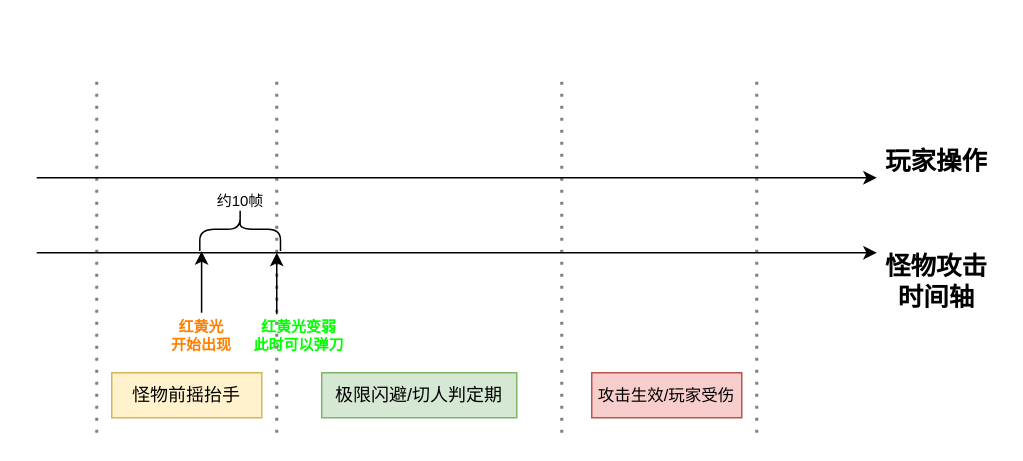
Before: zzz攻击.drawio in pearhield/test, a draw.io diagram. Source tidied: cells renumbered, new cells numbered last; positions are measured from the earlier drawing's top-left corner, leaving out a move shared by most shapes. Both pictures are drawn from the tidied source at 150%, with x=0, y=0 at pixel (36, 72).
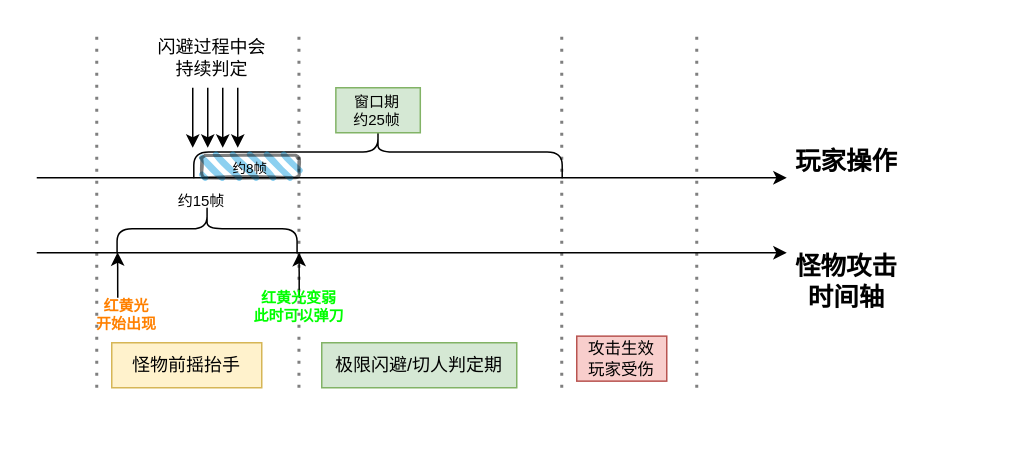
After the change.

What changed in the source:
```diff
@@
     <mxCell id="2" style="endArrow=classic;html=1;rounded=0;" parent="1" edge="1">
       <mxGeometry relative="1" as="geometry">
         <mxPoint y="120" as="sourcePoint" />
-        <mxPoint x="560" y="120" as="targetPoint" />
+        <mxPoint x="500" y="120" as="targetPoint" />
       </mxGeometry>
     </mxCell>
     <mxCell id="3" style="endArrow=none;dashed=1;html=1;dashPattern=1 3;strokeWidth=2;rounded=0;opacity=50;" parent="1" edge="1">
       <mxGeometry relative="1" as="geometry">
-        <mxPoint x="40" y="240" as="sourcePoint" />
-        <mxPoint x="40" as="targetPoint" />
+        <mxPoint x="40" y="210" as="sourcePoint" />
+        <mxPoint x="40" y="-30" as="targetPoint" />
       </mxGeometry>
     </mxCell>
     <mxCell id="4" value="怪物攻击&lt;div&gt;时间轴&lt;/div&gt;" style="text;html=1;align=center;verticalAlign=middle;whiteSpace=wrap;rounded=0;fontStyle=1;fontSize=17;" parent="1" vertex="1">
-      <mxGeometry x="560" y="120" width="80" height="40" as="geometry" />
+      <mxGeometry x="500" y="120" width="80" height="40" as="geometry" />
     </mxCell>
     <mxCell id="5" style="endArrow=none;dashed=1;html=1;dashPattern=1 3;strokeWidth=2;rounded=0;textOpacity=50;opacity=50;" parent="1" edge="1">
       <mxGeometry relative="1" as="geometry">
-        <mxPoint x="160" y="240" as="sourcePoint" />
-        <mxPoint x="160" as="targetPoint" />
+        <mxPoint x="174.8" y="210" as="sourcePoint" />
+        <mxPoint x="174.8" y="-30" as="targetPoint" />
       </mxGeometry>
     </mxCell>
     <mxCell id="6" style="endArrow=none;dashed=1;html=1;dashPattern=1 3;strokeWidth=2;rounded=0;opacity=50;" parent="1" edge="1">
       <mxGeometry relative="1" as="geometry">
-        <mxPoint x="350" y="240" as="sourcePoint" />
-        <mxPoint x="350" as="targetPoint" />
+        <mxPoint x="350" y="210" as="sourcePoint" />
+        <mxPoint x="350" y="-30" as="targetPoint" />
       </mxGeometry>
     </mxCell>
     <mxCell id="7" style="endArrow=none;dashed=1;html=1;dashPattern=1 3;strokeWidth=2;rounded=0;opacity=50;" parent="1" edge="1">
       <mxGeometry relative="1" as="geometry">
-        <mxPoint x="480" y="240" as="sourcePoint" />
-        <mxPoint x="480" as="targetPoint" />
+        <mxPoint x="440" y="210" as="sourcePoint" />
+        <mxPoint x="440" y="-30" as="targetPoint" />
       </mxGeometry>
     </mxCell>
     <mxCell id="8" value="怪物前摇抬手" style="text;html=1;align=center;verticalAlign=middle;whiteSpace=wrap;rounded=0;fillColor=#fff2cc;strokeColor=#d6b656;" parent="1" vertex="1">
-      <mxGeometry x="50" y="200" width="100" height="30" as="geometry" />
+      <mxGeometry x="50" y="180" width="100" height="30" as="geometry" />
     </mxCell>
     <mxCell id="9" value="极限闪避/切人判定期" style="text;html=1;align=center;verticalAlign=middle;whiteSpace=wrap;rounded=0;fillColor=#d5e8d4;strokeColor=#82b366;" parent="1" vertex="1">
-      <mxGeometry x="190" y="200" width="130" height="30" as="geometry" />
+      <mxGeometry x="190" y="180" width="130" height="30" as="geometry" />
     </mxCell>
-    <mxCell id="10" value="攻击生效/玩家受伤" style="text;html=1;align=center;verticalAlign=middle;whiteSpace=wrap;rounded=0;fillColor=#f8cecc;strokeColor=#b85450;fontSize=11;" parent="1" vertex="1">
-      <mxGeometry x="370" y="200" width="100" height="30" as="geometry" />
+    <mxCell id="10" value="攻击生效&lt;div&gt;玩家受伤&lt;/div&gt;" style="text;html=1;align=center;verticalAlign=middle;whiteSpace=wrap;rounded=0;fillColor=#f8cecc;strokeColor=#b85450;fontSize=11;" parent="1" vertex="1">
+      <mxGeometry x="360" y="175.6" width="60" height="30" as="geometry" />
     </mxCell>
     <mxCell id="11" value="红黄光&lt;div style=&quot;font-size: 10px;&quot;&gt;开始出现&lt;/div&gt;" style="text;html=1;align=center;verticalAlign=middle;whiteSpace=wrap;rounded=0;strokeWidth=1;fontSize=10;fontColor=#FF8000;fontStyle=1;" parent="1" vertex="1">
-      <mxGeometry x="80" y="160" width="60" height="30" as="geometry" />
+      <mxGeometry x="30" y="145.6" width="60" height="30" as="geometry" />
     </mxCell>
     <mxCell id="12" style="endArrow=classic;html=1;rounded=0;" parent="1" edge="1">
       <mxGeometry relative="1" as="geometry">
-        <mxPoint x="160" y="161" as="sourcePoint" />
-        <mxPoint x="160" y="120" as="targetPoint" />
+        <mxPoint x="175" y="150" as="sourcePoint" />
+        <mxPoint x="174.9" y="120" as="targetPoint" />
       </mxGeometry>
     </mxCell>
     <mxCell id="13" value="红黄光变弱&lt;div style=&quot;font-size: 10px;&quot;&gt;此时可以弹刀&lt;/div&gt;" style="text;html=1;align=center;verticalAlign=middle;whiteSpace=wrap;rounded=0;strokeWidth=1;fontSize=10;fontColor=#00FF00;fontStyle=1;" parent="1" vertex="1">
-      <mxGeometry x="140" y="155" width="70" height="40" as="geometry" />
+      <mxGeometry x="140" y="135.6" width="70" height="40" as="geometry" />
     </mxCell>
-    <mxCell id="14" style="endArrow=classic;html=1;rounded=0;" parent="1" edge="1">
+    <mxCell id="14" style="endArrow=classic;html=1;rounded=0;entryX=0.977;entryY=0.003;entryDx=0;entryDy=0;entryPerimeter=0;" parent="1" edge="1" target="15">
       <mxGeometry relative="1" as="geometry">
-        <mxPoint x="109.9" y="160" as="sourcePoint" />
-        <mxPoint x="109.9" y="119" as="targetPoint" />
+        <mxPoint x="54" y="150" as="sourcePoint" />
       </mxGeometry>
     </mxCell>
     <mxCell id="15" style="shape=curlyBracket;whiteSpace=wrap;html=1;rounded=1;flipH=1;labelPosition=right;verticalLabelPosition=middle;align=left;verticalAlign=middle;rotation=-90;" parent="1" vertex="1">
-      <mxGeometry x="121.2" y="77.5" width="28.8" height="53.8" as="geometry" />
+      <mxGeometry x="97.1" y="44" width="32.9" height="120" as="geometry" />
     </mxCell>
-    <mxCell id="16" value="约10帧" style="text;html=1;align=center;verticalAlign=middle;whiteSpace=wrap;rounded=0;fontSize=10;" parent="1" vertex="1">
-      <mxGeometry x="106" y="70" width="60" height="30" as="geometry" />
+    <mxCell id="16" value="约15帧" style="text;html=1;align=center;verticalAlign=middle;whiteSpace=wrap;rounded=0;fontSize=10;" parent="1" vertex="1">
+      <mxGeometry x="80" y="70" width="60" height="30" as="geometry" />
     </mxCell>
     <mxCell id="17" style="endArrow=classic;html=1;rounded=0;" parent="1" edge="1">
       <mxGeometry relative="1" as="geometry">
         <mxPoint y="70" as="sourcePoint" />
-        <mxPoint x="560" y="70" as="targetPoint" />
+        <mxPoint x="500" y="70" as="targetPoint" />
       </mxGeometry>
     </mxCell>
     <mxCell id="18" value="玩家操作" style="text;html=1;align=center;verticalAlign=middle;whiteSpace=wrap;rounded=0;fontStyle=1;fontSize=17;" parent="1" vertex="1">
-      <mxGeometry x="560" y="40" width="80" height="40" as="geometry" />
+      <mxGeometry x="500" y="40" width="80" height="40" as="geometry" />
     </mxCell>
+    <mxCell id="19" style="shape=curlyBracket;whiteSpace=wrap;html=1;rounded=1;flipH=1;labelPosition=right;verticalLabelPosition=middle;align=left;verticalAlign=middle;rotation=-90;" parent="1" vertex="1">
+      <mxGeometry x="210" y="-70" width="35" height="245.6" as="geometry" />
+    </mxCell>
+    <mxCell id="20" style="endArrow=classic;html=1;rounded=0;" parent="1" edge="1">
+      <mxGeometry relative="1" as="geometry">
+        <mxPoint x="104" y="10" as="sourcePoint" />
+        <mxPoint x="104" y="50" as="targetPoint" />
+      </mxGeometry>
+    </mxCell>
+    <mxCell id="21" value="闪避过程中会持续判定" style="text;html=1;align=center;verticalAlign=middle;whiteSpace=wrap;rounded=0;" parent="1" vertex="1">
+      <mxGeometry x="80" y="-20" width="74" height="20" as="geometry" />
+    </mxCell>
+    <mxCell id="22" style="endArrow=classic;html=1;rounded=0;" parent="1" edge="1">
+      <mxGeometry relative="1" as="geometry">
+        <mxPoint x="114" y="10" as="sourcePoint" />
+        <mxPoint x="114" y="50" as="targetPoint" />
+      </mxGeometry>
+    </mxCell>
+    <mxCell id="23" style="endArrow=classic;html=1;rounded=0;" parent="1" edge="1">
+      <mxGeometry relative="1" as="geometry">
+        <mxPoint x="124" y="10" as="sourcePoint" />
+        <mxPoint x="124" y="50" as="targetPoint" />
+      </mxGeometry>
+    </mxCell>
+    <mxCell id="24" style="endArrow=classic;html=1;rounded=0;" parent="1" edge="1">
+      <mxGeometry relative="1" as="geometry">
+        <mxPoint x="134" y="10" as="sourcePoint" />
+        <mxPoint x="134" y="50" as="targetPoint" />
+      </mxGeometry>
+    </mxCell>
+    <mxCell id="25" value="窗口期&lt;div&gt;约25帧&lt;/div&gt;" style="text;html=1;align=center;verticalAlign=middle;whiteSpace=wrap;rounded=0;fontSize=10;fillColor=#d5e8d4;strokeColor=#82b366;" parent="1" vertex="1">
+      <mxGeometry x="199.4" y="10" width="56.3" height="30" as="geometry" />
+    </mxCell>
+    <mxCell id="26" value="&lt;font style=&quot;font-size: 9px;&quot;&gt;约8帧&lt;/font&gt;" style="rounded=1;whiteSpace=wrap;html=1;strokeWidth=2;fillWeight=4;hachureGap=8;hachureAngle=45;fillColor=#1ba1e2;sketch=1;opacity=50;" parent="1" vertex="1">
+      <mxGeometry x="110" y="55" width="65" height="15" as="geometry" />
+    </mxCell>
```
